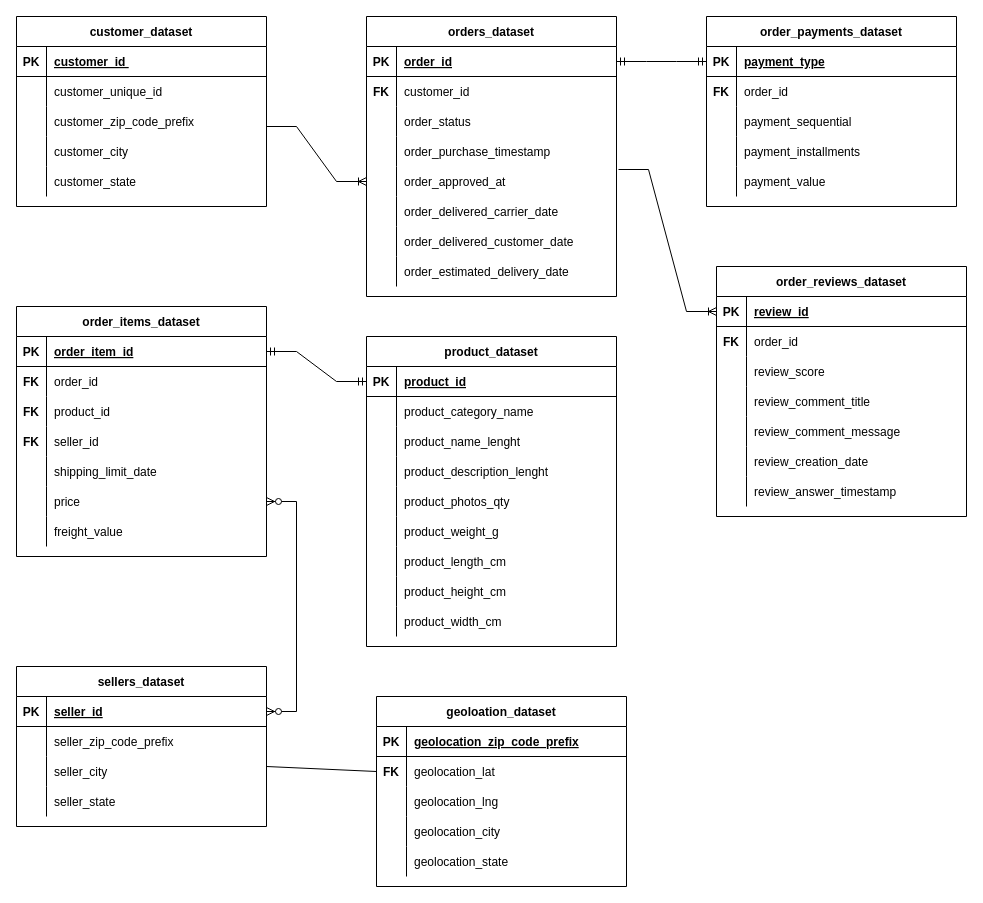
Above: ERD.drawio in angelusfelix/Analyzing-eCommerce-Business-Performance (draw.io), before the change. Source tidied: cells renumbered, new cells numbered last; positions are measured from the earlier drawing's top-left corner, leaving out a move shared by most shapes. Both pictures are drawn from the tidied source at 100%, with x=0, y=0 at pixel (16, 16).
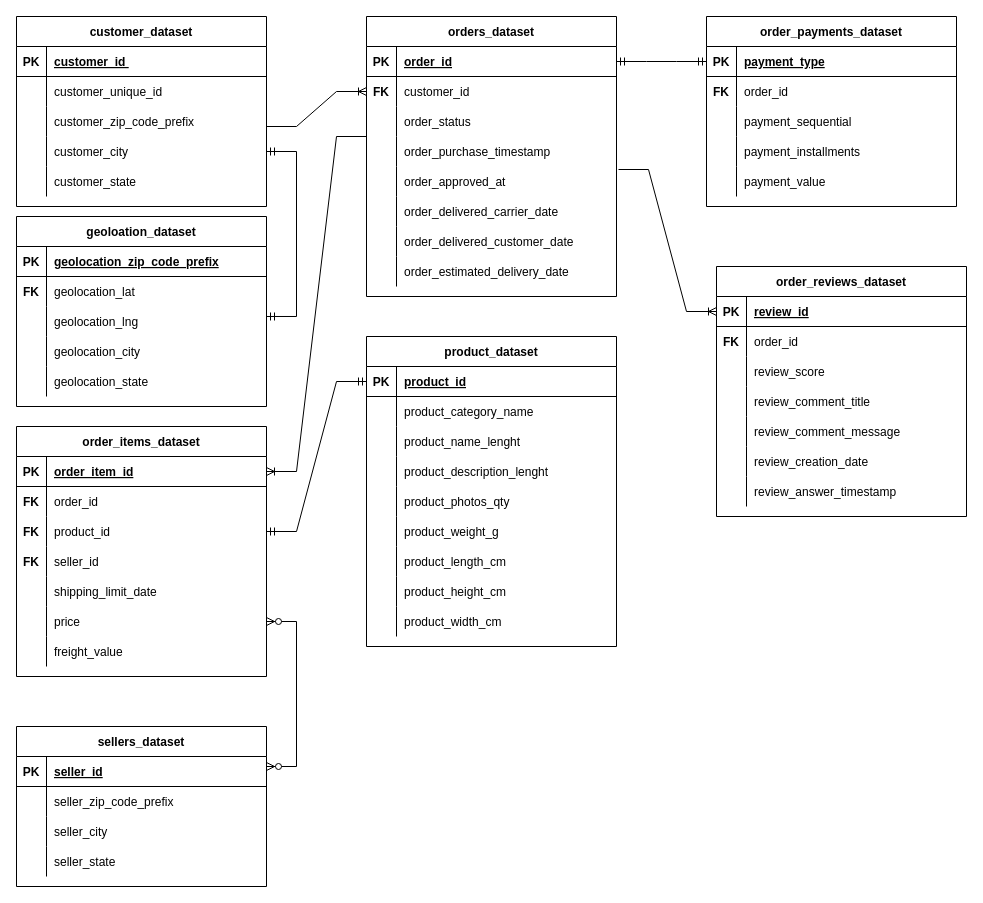
Above is the later version.

Unchanged cells that the change refers to:
```xml
<mxCell id="3" style="shape=partialRectangle;fillColor=none;points=[[0,0.5],[1,0.5]];portConstraint=eastwest;top=0;left=0;right=0;bottom=1;" parent="2" vertex="1">
  <mxGeometry y="30" width="250" height="30" as="geometry" />
</mxCell>
<mxCell id="9" style="shape=partialRectangle;fillColor=none;points=[[0,0.5],[1,0.5]];portConstraint=eastwest;top=0;left=0;right=0;bottom=0;" parent="2" vertex="1">
  <mxGeometry y="90" width="250" height="30" as="geometry" />
</mxCell>
<mxCell id="18" style="shape=tableRow;horizontal=0;startSize=0;swimlaneHead=0;swimlaneBody=0;fillColor=none;points=[[0,0.5],[1,0.5]];portConstraint=eastwest;top=0;left=0;right=0;bottom=0;" parent="2" vertex="1">
  <mxGeometry y="180" width="250" height="30" as="geometry" />
</mxCell>
<mxCell id="34" style="shape=tableRow;horizontal=0;startSize=0;swimlaneHead=0;swimlaneBody=0;fillColor=none;points=[[0,0.5],[1,0.5]];portConstraint=eastwest;top=0;left=0;right=0;bottom=0;" parent="24" vertex="1">
  <mxGeometry y="120" width="250" height="30" as="geometry" />
</mxCell>
<mxCell id="60" style="shape=partialRectangle;fillColor=none;points=[[0,0.5],[1,0.5]];portConstraint=eastwest;top=0;left=0;right=0;bottom=0;" parent="56" vertex="1">
  <mxGeometry y="60" width="250" height="30" as="geometry" />
</mxCell>
<mxCell id="63" style="shape=partialRectangle;fillColor=none;points=[[0,0.5],[1,0.5]];portConstraint=eastwest;top=0;left=0;right=0;bottom=0;" parent="56" vertex="1">
  <mxGeometry y="90" width="250" height="30" as="geometry" />
</mxCell>
<mxCell id="69" style="shape=tableRow;horizontal=0;startSize=0;swimlaneHead=0;swimlaneBody=0;fillColor=none;points=[[0,0.5],[1,0.5]];portConstraint=eastwest;top=0;left=0;right=0;bottom=0;" parent="56" vertex="1">
  <mxGeometry y="150" width="250" height="30" as="geometry" />
</mxCell>
<mxCell id="82" style="shape=partialRectangle;fillColor=none;points=[[0,0.5],[1,0.5]];portConstraint=eastwest;top=0;left=0;right=0;bottom=1;" parent="81" vertex="1">
  <mxGeometry y="30" width="250" height="30" as="geometry" />
</mxCell>
<mxCell id="148" style="shape=partialRectangle;fillColor=none;points=[[0,0.5],[1,0.5]];portConstraint=eastwest;top=0;left=0;right=0;bottom=0;" parent="144" vertex="1">
  <mxGeometry y="60" width="250" height="30" as="geometry" />
</mxCell>
<mxCell id="151" style="shape=partialRectangle;fillColor=none;points=[[0,0.5],[1,0.5]];portConstraint=eastwest;top=0;left=0;right=0;bottom=0;" parent="144" vertex="1">
  <mxGeometry y="90" width="250" height="30" as="geometry" />
</mxCell>
```

The edit, as a diff of the source:
```diff
@@
     <mxCell id="2" value="order_items_dataset" style="shape=table;startSize=30;childLayout=tableLayout;rowLines=0;fontStyle=1;align=center;" parent="1" vertex="1">
-      <mxGeometry y="290" width="250" height="250" as="geometry" />
+      <mxGeometry y="410" width="250" height="250" as="geometry" />
     </mxCell>
@@
     <mxCell id="109" value="sellers_dataset" style="shape=table;startSize=30;childLayout=tableLayout;rowLines=0;fontStyle=1;align=center;" parent="1" vertex="1">
-      <mxGeometry y="650" width="250" height="160" as="geometry" />
+      <mxGeometry y="710" width="250" height="160" as="geometry" />
     </mxCell>
@@
     <mxCell id="144" value="geoloation_dataset" style="shape=table;startSize=30;childLayout=tableLayout;rowLines=0;fontStyle=1;align=center;" parent="1" vertex="1">
-      <mxGeometry x="360" y="680" width="250" height="190" as="geometry" />
+      <mxGeometry y="200" width="250" height="190" as="geometry" />
     </mxCell>
@@
-    <mxCell id="160" style="edgeStyle=entityRelationEdgeStyle;fontSize=12;html=1;endArrow=ERoneToMany;rounded=0;entryX=0;entryY=0.5;entryDx=0;entryDy=0;" parent="1" edge="1" target="69">
+    <mxCell id="160" style="edgeStyle=entityRelationEdgeStyle;fontSize=12;html=1;endArrow=ERoneToMany;rounded=0;entryX=0;entryY=0.5;entryDx=0;entryDy=0;" parent="1" edge="1" target="60">
       <mxGeometry relative="1" as="geometry">
         <mxPoint x="250" y="110" as="sourcePoint" />
       </mxGeometry>
     </mxCell>
-    <mxCell id="161" style="edgeStyle=entityRelationEdgeStyle;fontSize=12;html=1;endArrow=ERzeroToMany;endFill=1;startArrow=ERzeroToMany;rounded=0;entryX=1;entryY=0.5;entryDx=0;entryDy=0;" parent="1" edge="1" target="18">
-      <mxGeometry relative="1" as="geometry">
-        <mxPoint x="250" y="695" as="sourcePoint" />
-      </mxGeometry>
+    <mxCell id="161" style="edgeStyle=entityRelationEdgeStyle;fontSize=12;html=1;endArrow=ERzeroToMany;endFill=1;startArrow=ERzeroToMany;rounded=0;entryX=1;entryY=0.5;entryDx=0;entryDy=0;exitX=1;exitY=0.25;exitDx=0;exitDy=0;" parent="1" edge="1" source="109" target="18">
+      <mxGeometry relative="1" as="geometry" />
     </mxCell>
@@
-    <mxCell id="164" style="edgeStyle=entityRelationEdgeStyle;fontSize=12;html=1;endArrow=ERmandOne;startArrow=ERmandOne;rounded=0;exitX=1;exitY=0.5;exitDx=0;exitDy=0;entryX=0;entryY=0.5;entryDx=0;entryDy=0;" parent="1" edge="1" source="3" target="82">
+    <mxCell id="164" style="edgeStyle=entityRelationEdgeStyle;fontSize=12;html=1;endArrow=ERmandOne;startArrow=ERmandOne;rounded=0;entryX=0;entryY=0.5;entryDx=0;entryDy=0;exitX=1;exitY=0.5;exitDx=0;exitDy=0;" parent="1" edge="1" source="9" target="82">
       <mxGeometry relative="1" as="geometry" />
     </mxCell>
-    <mxCell id="165" style="endArrow=none;html=1;rounded=0;entryX=0;entryY=0.5;entryDx=0;entryDy=0;" parent="1" edge="1" target="148">
-      <mxGeometry relative="1" as="geometry">
-        <mxPoint x="250" y="750" as="sourcePoint" />
-      </mxGeometry>
-    </mxCell>
+    <mxCell id="166" style="edgeStyle=entityRelationEdgeStyle;fontSize=12;html=1;endArrow=ERoneToMany;rounded=0;entryX=1;entryY=0.5;entryDx=0;entryDy=0;exitX=0;exitY=1;exitDx=0;exitDy=0;exitPerimeter=0;" parent="1" edge="1" source="63" target="3">
+      <mxGeometry relative="1" as="geometry" />
+    </mxCell>
+    <mxCell id="167" style="edgeStyle=entityRelationEdgeStyle;fontSize=12;html=1;endArrow=ERmandOne;startArrow=ERmandOne;rounded=0;exitX=1;exitY=0.333;exitDx=0;exitDy=0;exitPerimeter=0;" parent="1" edge="1" source="151" target="34">
+      <mxGeometry relative="1" as="geometry" />
+    </mxCell>
```
